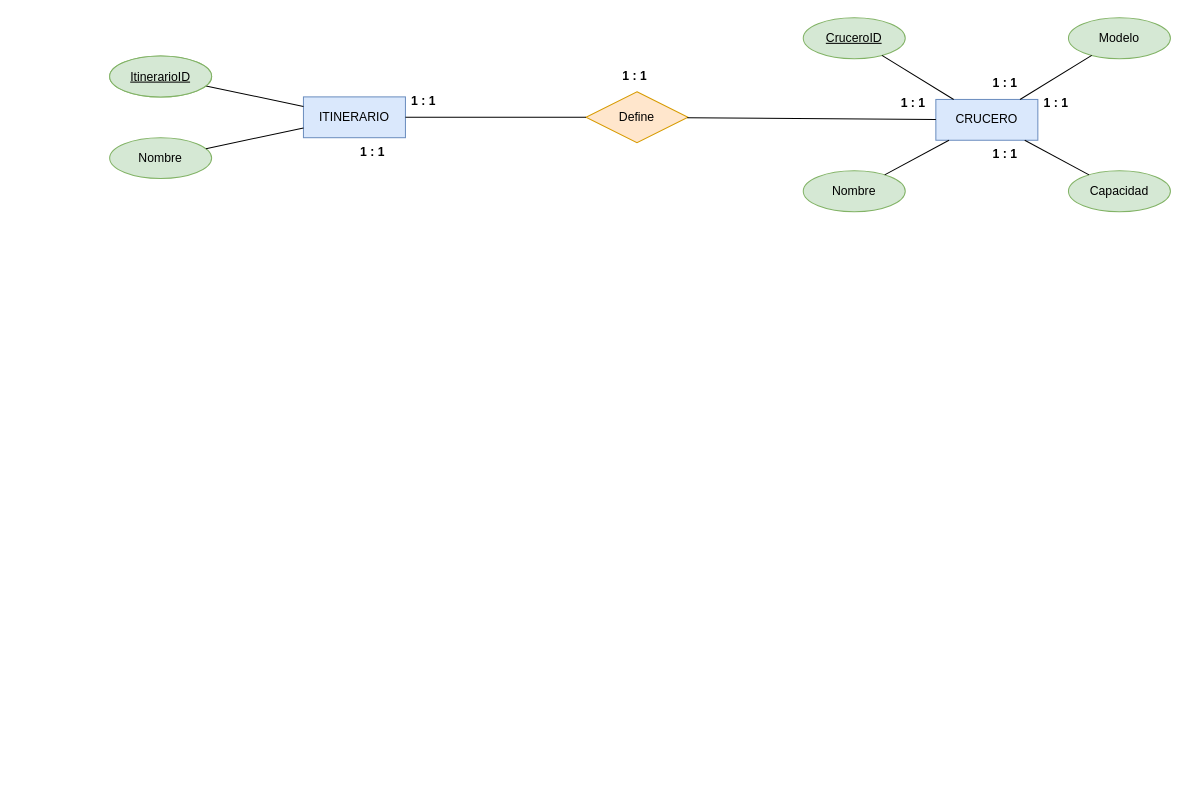
Earlier version of the draw.io diagram Progreso_1/Consigna_P1_Solucion_2.drawio (AngelDavidStudios/Diagramas_BdD_1). Source tidied: cells renumbered, new cells numbered last; positions are measured from the earlier drawing's top-left corner, leaving out a move shared by most shapes. Both pictures are drawn from the tidied source at 102%, with x=0, y=0 at pixel (109, 17).
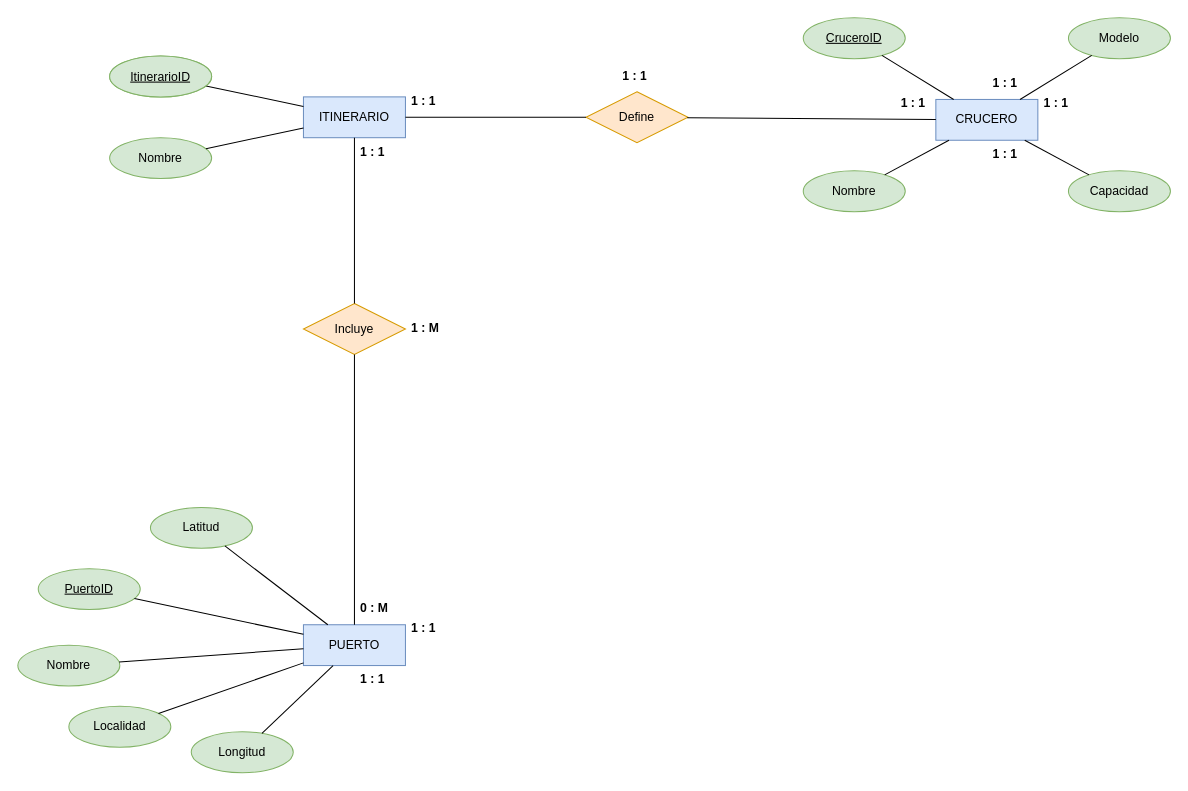
After the change.

The change refers to these unchanged cells:
```xml
<mxCell id="16" value="ITINERARIO" style="whiteSpace=wrap;html=1;align=center;fillColor=#dae8fc;strokeColor=#6c8ebf;" parent="1" vertex="1">
  <mxGeometry x="190" y="77.5" width="100" height="40" as="geometry" />
</mxCell>
```

The edit, as a diff of the source:
```diff
@@
+    <mxCell id="27" value="Incluye" style="shape=rhombus;perimeter=rhombusPerimeter;whiteSpace=wrap;html=1;align=center;fillColor=#ffe6cc;strokeColor=#d79b00;" parent="1" vertex="1">
+      <mxGeometry x="190" y="280" width="100" height="50" as="geometry" />
+    </mxCell>
+    <mxCell id="28" value="PUERTO" style="whiteSpace=wrap;html=1;align=center;fillColor=#dae8fc;strokeColor=#6c8ebf;" parent="1" vertex="1">
+      <mxGeometry x="190" y="595" width="100" height="40" as="geometry" />
+    </mxCell>
+    <mxCell id="29" style="endArrow=none;html=1;rounded=0;" parent="1" edge="1" source="28" target="27">
+      <mxGeometry relative="1" as="geometry" />
+    </mxCell>
+    <mxCell id="30" value="1 : M" style="text;strokeColor=none;fillColor=none;spacingLeft=4;spacingRight=4;overflow=hidden;fontSize=12;whiteSpace=wrap;html=1;fontStyle=1;" parent="1" vertex="1">
+      <mxGeometry x="290" y="290" width="40" height="30" as="geometry" />
+    </mxCell>
+    <mxCell id="31" value="0 : M" style="text;strokeColor=none;fillColor=none;spacingLeft=4;spacingRight=4;overflow=hidden;fontSize=12;whiteSpace=wrap;html=1;fontStyle=1;" parent="1" vertex="1">
+      <mxGeometry x="240" y="565" width="40" height="30" as="geometry" />
+    </mxCell>
+    <mxCell id="32" value="1 : 1" style="text;strokeColor=none;fillColor=none;spacingLeft=4;spacingRight=4;overflow=hidden;fontSize=12;whiteSpace=wrap;html=1;fontStyle=1;" parent="1" vertex="1">
+      <mxGeometry x="290" y="585" width="40" height="30" as="geometry" />
+    </mxCell>
+    <mxCell id="33" value="1 : 1" style="text;strokeColor=none;fillColor=none;spacingLeft=4;spacingRight=4;overflow=hidden;fontSize=12;whiteSpace=wrap;html=1;fontStyle=1;" parent="1" vertex="1">
+      <mxGeometry x="240" y="635" width="40" height="30" as="geometry" />
+    </mxCell>
+    <mxCell id="34" value="PuertoID" style="ellipse;whiteSpace=wrap;html=1;align=center;fontStyle=4;fillColor=#d5e8d4;strokeColor=#82b366;" parent="1" vertex="1">
+      <mxGeometry x="-70" y="540" width="100" height="40" as="geometry" />
+    </mxCell>
+    <mxCell id="35" value="Nombre" style="ellipse;whiteSpace=wrap;html=1;align=center;fillColor=#d5e8d4;strokeColor=#82b366;" parent="1" vertex="1">
+      <mxGeometry x="-90" y="615" width="100" height="40" as="geometry" />
+    </mxCell>
+    <mxCell id="36" value="Localidad" style="ellipse;whiteSpace=wrap;html=1;align=center;fillColor=#d5e8d4;strokeColor=#82b366;" parent="1" vertex="1">
+      <mxGeometry x="-40" y="675" width="100" height="40" as="geometry" />
+    </mxCell>
+    <mxCell id="37" value="Latitud" style="ellipse;whiteSpace=wrap;html=1;align=center;fillColor=#d5e8d4;strokeColor=#82b366;" parent="1" vertex="1">
+      <mxGeometry x="40" y="480" width="100" height="40" as="geometry" />
+    </mxCell>
+    <mxCell id="38" value="Longitud" style="ellipse;whiteSpace=wrap;html=1;align=center;fillColor=#d5e8d4;strokeColor=#82b366;" parent="1" vertex="1">
+      <mxGeometry x="80" y="700" width="100" height="40" as="geometry" />
+    </mxCell>
+    <mxCell id="39" style="endArrow=none;html=1;rounded=0;" parent="1" edge="1" source="37" target="28">
+      <mxGeometry relative="1" as="geometry" />
+    </mxCell>
+    <mxCell id="40" style="endArrow=none;html=1;rounded=0;" parent="1" edge="1" source="34" target="28">
+      <mxGeometry relative="1" as="geometry" />
+    </mxCell>
+    <mxCell id="41" style="endArrow=none;html=1;rounded=0;" parent="1" edge="1" source="35" target="28">
+      <mxGeometry relative="1" as="geometry" />
+    </mxCell>
+    <mxCell id="42" style="endArrow=none;html=1;rounded=0;" parent="1" edge="1" source="36" target="28">
+      <mxGeometry relative="1" as="geometry" />
+    </mxCell>
+    <mxCell id="43" style="endArrow=none;html=1;rounded=0;" parent="1" edge="1" source="38" target="28">
+      <mxGeometry relative="1" as="geometry" />
+    </mxCell>
+    <mxCell id="44" style="endArrow=none;html=1;rounded=0;" parent="1" edge="1" source="16" target="27">
+      <mxGeometry relative="1" as="geometry" />
+    </mxCell>
```
